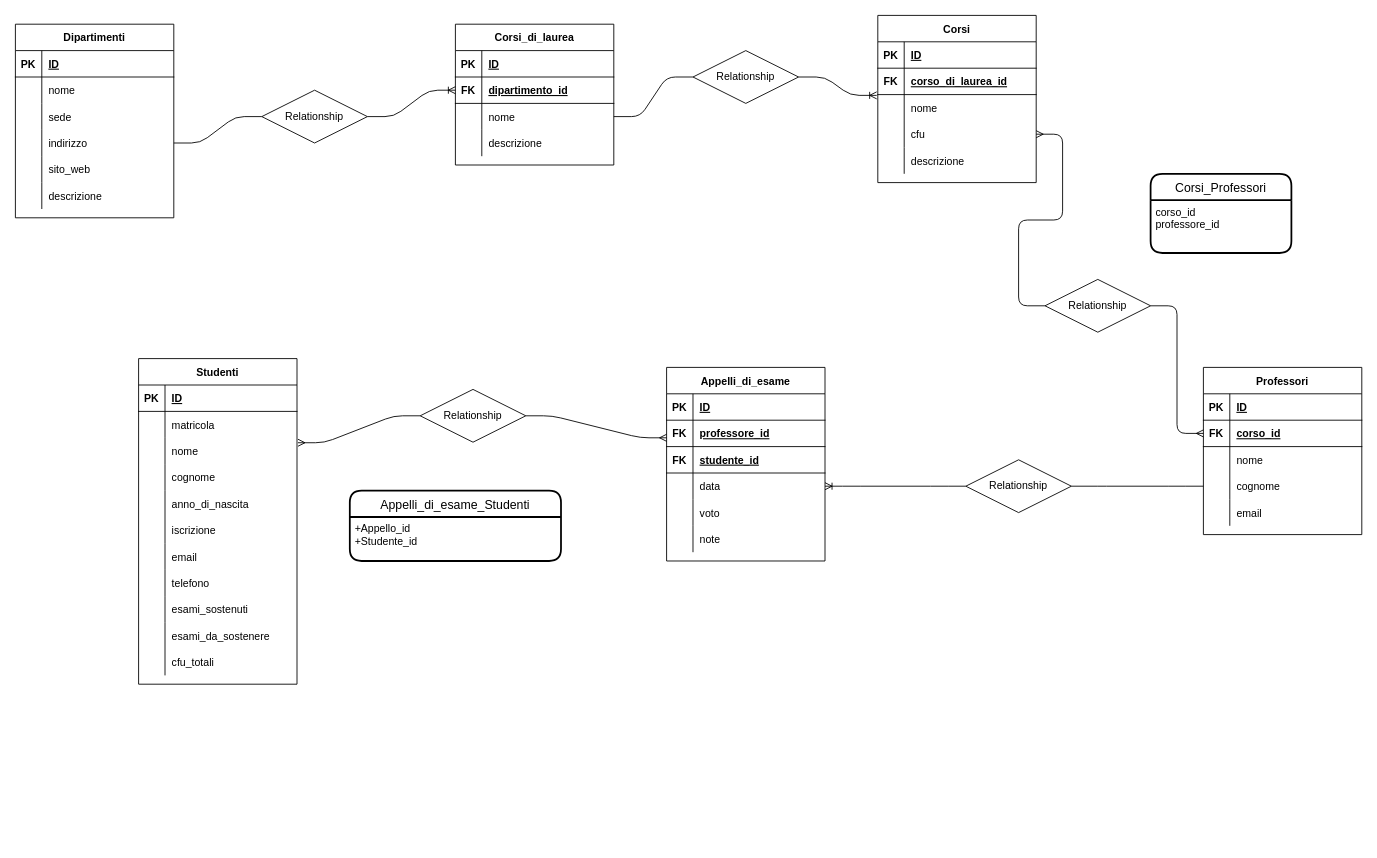
Earlier version of the draw.io diagram db_university.drawio (N1kola0s/db-university). Source tidied: cells renumbered, new cells numbered last; positions are measured from the earlier drawing's top-left corner, leaving out a move shared by most shapes. Both pictures are drawn from the tidied source at 88%, with x=0, y=0 at pixel (15, 15).
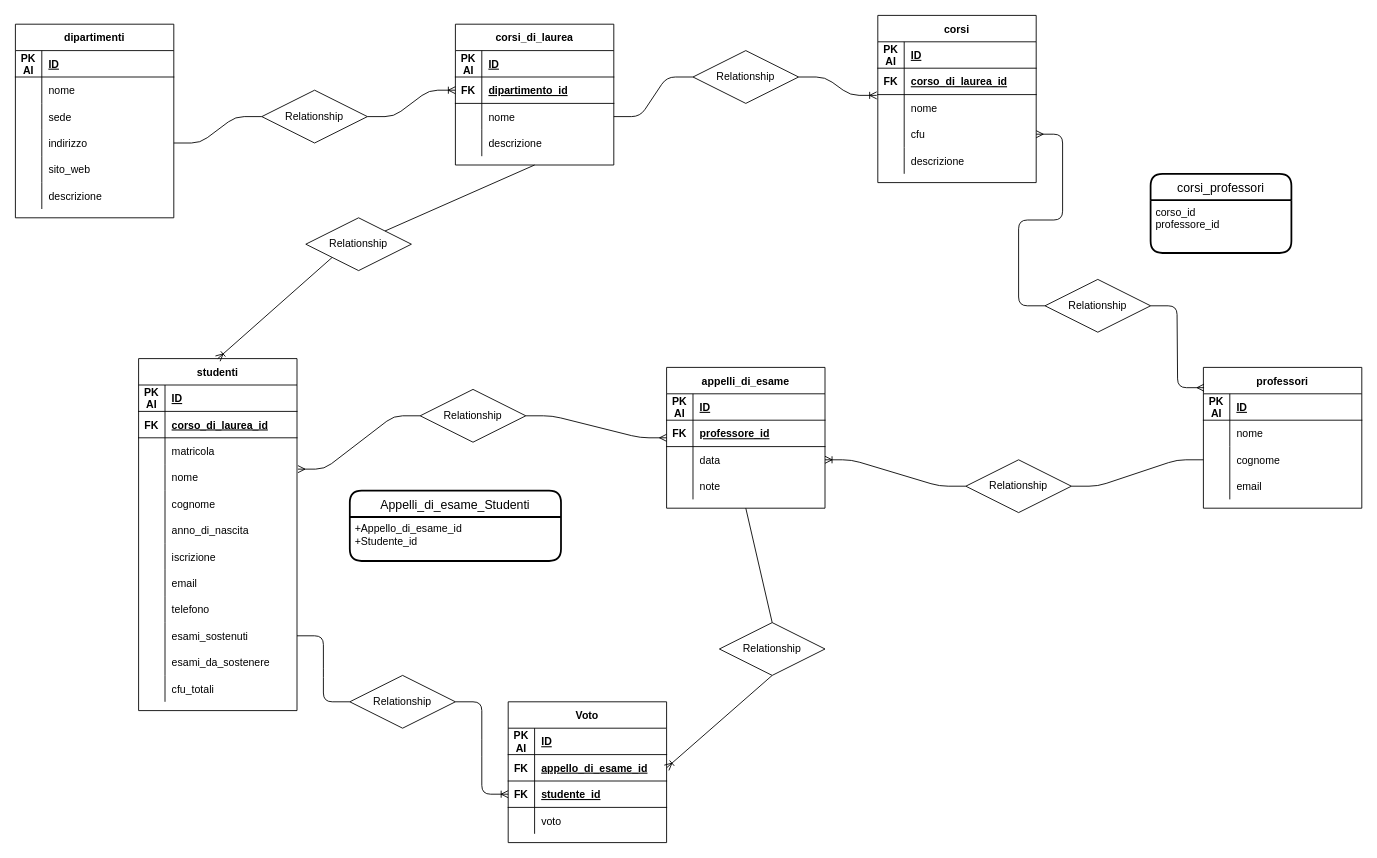
After the change.

Unchanged cells that the change refers to:
```xml
<mxCell id="3" style="shape=partialRectangle;fillColor=none;top=0;left=0;bottom=1;right=0;" parent="2" vertex="1">
  <mxGeometry y="30" width="180" height="30" as="geometry" />
</mxCell>
<mxCell id="22" style="shape=partialRectangle;fillColor=none;top=0;left=0;bottom=1;right=0;" parent="21" vertex="1">
  <mxGeometry y="30" width="180" height="30" as="geometry" />
</mxCell>
<mxCell id="35" style="shape=partialRectangle;fillColor=none;top=0;left=0;bottom=1;right=0;" parent="34" vertex="1">
  <mxGeometry y="30" width="180" height="30" as="geometry" />
</mxCell>
<mxCell id="51" style="shape=partialRectangle;fillColor=none;top=0;left=0;bottom=1;right=0;" parent="50" vertex="1">
  <mxGeometry y="30" width="180" height="30" as="geometry" />
</mxCell>
<mxCell id="67" style="shape=partialRectangle;fillColor=none;top=0;left=0;bottom=1;right=0;" parent="66" vertex="1">
  <mxGeometry y="30" width="180" height="30" as="geometry" />
</mxCell>
<mxCell id="86" style="shape=partialRectangle;fillColor=none;top=0;left=0;bottom=1;right=0;" parent="85" vertex="1">
  <mxGeometry y="30" width="180" height="30" as="geometry" />
</mxCell>
<mxCell id="126" value="Relationship" style="shape=rhombus;perimeter=rhombusPerimeter;whiteSpace=wrap;html=1;align=center;" parent="1" vertex="1">
  <mxGeometry x="1170" y="300" width="120" height="60" as="geometry" />
</mxCell>
<mxCell id="136" value="Appelli_di_esame_Studenti" style="swimlane;horizontal=1;startSize=30;rounded=1;fontSize=14;fontStyle=0;strokeWidth=2;shadow=0;dashed=0;align=center;" parent="1" vertex="1">
  <mxGeometry x="380" y="540" width="240" height="80" as="geometry" />
</mxCell>
```

Change to the diagram source:
```diff
@@
-    <mxCell id="2" value="Dipartimenti" style="shape=table;startSize=30;childLayout=tableLayout;rowLines=0;fontStyle=1;align=center;" parent="1" vertex="1">
+    <mxCell id="2" value="dipartimenti" style="shape=table;startSize=30;childLayout=tableLayout;rowLines=0;fontStyle=1;align=center;" parent="1" vertex="1">
       <mxGeometry y="10" width="180" height="220" as="geometry" />
     </mxCell>
@@
-    <mxCell id="4" value="PK" style="shape=partialRectangle;fillColor=none;top=0;left=0;bottom=0;right=0;fontStyle=1;overflow=hidden;" parent="3" vertex="1">
+    <mxCell id="4" value="PK&#10;AI" style="shape=partialRectangle;fillColor=none;top=0;left=0;bottom=0;right=0;fontStyle=1;overflow=hidden;" parent="3" vertex="1">
       <mxGeometry width="30" height="30" as="geometry" />
     </mxCell>
@@
-    <mxCell id="21" value="Corsi_di_laurea" style="shape=table;startSize=30;childLayout=tableLayout;rowLines=0;fontStyle=1;align=center;" parent="1" vertex="1">
+    <mxCell id="21" value="corsi_di_laurea" style="shape=table;startSize=30;childLayout=tableLayout;rowLines=0;fontStyle=1;align=center;" parent="1" vertex="1">
       <mxGeometry x="500" y="10" width="180" height="160" as="geometry" />
     </mxCell>
@@
-    <mxCell id="23" value="PK" style="shape=partialRectangle;fillColor=none;top=0;left=0;bottom=0;right=0;fontStyle=1;overflow=hidden;" parent="22" vertex="1">
+    <mxCell id="23" value="PK&#10;AI" style="shape=partialRectangle;fillColor=none;top=0;left=0;bottom=0;right=0;fontStyle=1;overflow=hidden;" parent="22" vertex="1">
       <mxGeometry width="30" height="30" as="geometry" />
     </mxCell>
@@
-    <mxCell id="34" value="Corsi" style="shape=table;startSize=30;childLayout=tableLayout;rowLines=0;fontStyle=1;align=center;" parent="1" vertex="1">
+    <mxCell id="34" value="corsi" style="shape=table;startSize=30;childLayout=tableLayout;rowLines=0;fontStyle=1;align=center;" parent="1" vertex="1">
       <mxGeometry x="980" width="180" height="190" as="geometry" />
     </mxCell>
@@
-    <mxCell id="36" value="PK" style="shape=partialRectangle;fillColor=none;top=0;left=0;bottom=0;right=0;fontStyle=1;overflow=hidden;" parent="35" vertex="1">
+    <mxCell id="36" value="PK&#10;AI" style="shape=partialRectangle;fillColor=none;top=0;left=0;bottom=0;right=0;fontStyle=1;overflow=hidden;" parent="35" vertex="1">
       <mxGeometry width="30" height="30" as="geometry" />
     </mxCell>
@@
-    <mxCell id="50" value="Professori" style="shape=table;startSize=30;childLayout=tableLayout;rowLines=0;fontStyle=1;align=center;" parent="1" vertex="1">
-      <mxGeometry x="1350" y="400" width="180" height="190" as="geometry" />
+    <mxCell id="50" value="professori" style="shape=table;startSize=30;childLayout=tableLayout;rowLines=0;fontStyle=1;align=center;" parent="1" vertex="1">
+      <mxGeometry x="1350" y="400" width="180" height="160" as="geometry" />
     </mxCell>
@@
-    <mxCell id="52" value="PK" style="shape=partialRectangle;fillColor=none;top=0;left=0;bottom=0;right=0;fontStyle=1;overflow=hidden;" parent="51" vertex="1">
+    <mxCell id="52" value="PK&#10;AI" style="shape=partialRectangle;fillColor=none;top=0;left=0;bottom=0;right=0;fontStyle=1;overflow=hidden;" parent="51" vertex="1">
       <mxGeometry width="30" height="30" as="geometry" />
     </mxCell>
@@
-    <mxCell id="54" style="shape=partialRectangle;fillColor=none;top=0;left=0;bottom=1;right=0;points=[[0,0.5],[1,0.5]];portConstraint=eastwest;" parent="50" vertex="1">
-      <mxGeometry y="60" width="180" height="30" as="geometry" />
-    </mxCell>
-    <mxCell id="55" value="FK" style="shape=partialRectangle;fillColor=none;top=0;left=0;bottom=0;right=0;fontStyle=1;overflow=hidden;" parent="54" vertex="1">
-      <mxGeometry width="30" height="30" as="geometry" />
-    </mxCell>
-    <mxCell id="56" value="corso_id" style="shape=partialRectangle;fillColor=none;top=0;left=0;bottom=0;right=0;align=left;spacingLeft=6;fontStyle=5;overflow=hidden;" parent="54" vertex="1">
-      <mxGeometry x="30" width="150" height="30" as="geometry" />
-    </mxCell>
     <mxCell id="57" style="shape=partialRectangle;fillColor=none;top=0;left=0;bottom=0;right=0;" parent="50" vertex="1">
-      <mxGeometry y="90" width="180" height="30" as="geometry" />
+      <mxGeometry y="60" width="180" height="30" as="geometry" />
     </mxCell>
@@
     <mxCell id="60" style="shape=partialRectangle;fillColor=none;top=0;left=0;bottom=0;right=0;points=[[0,0.5],[1,0.5]];portConstraint=eastwest;" parent="50" vertex="1">
-      <mxGeometry y="120" width="180" height="30" as="geometry" />
+      <mxGeometry y="90" width="180" height="30" as="geometry" />
     </mxCell>
@@
     <mxCell id="63" style="shape=partialRectangle;fillColor=none;top=0;left=0;bottom=0;right=0;" parent="50" vertex="1">
-      <mxGeometry y="150" width="180" height="30" as="geometry" />
+      <mxGeometry y="120" width="180" height="30" as="geometry" />
     </mxCell>
@@
-    <mxCell id="66" value="Appelli_di_esame" style="shape=table;startSize=30;childLayout=tableLayout;rowLines=0;fontStyle=1;align=center;" parent="1" vertex="1">
-      <mxGeometry x="740" y="400" width="180" height="220" as="geometry" />
+    <mxCell id="66" value="appelli_di_esame" style="shape=table;startSize=30;childLayout=tableLayout;rowLines=0;fontStyle=1;align=center;" parent="1" vertex="1">
+      <mxGeometry x="740" y="400" width="180" height="160" as="geometry" />
     </mxCell>
@@
-    <mxCell id="68" value="PK" style="shape=partialRectangle;fillColor=none;top=0;left=0;bottom=0;right=0;fontStyle=1;overflow=hidden;" parent="67" vertex="1">
+    <mxCell id="68" value="PK&#10;AI" style="shape=partialRectangle;fillColor=none;top=0;left=0;bottom=0;right=0;fontStyle=1;overflow=hidden;" parent="67" vertex="1">
       <mxGeometry width="30" height="30" as="geometry" />
     </mxCell>
@@
-    <mxCell id="73" style="shape=partialRectangle;fillColor=none;top=0;left=0;bottom=1;right=0;points=[[0,0.5],[1,0.5]];portConstraint=eastwest;" parent="66" vertex="1">
-      <mxGeometry y="90" width="180" height="30" as="geometry" />
-    </mxCell>
-    <mxCell id="74" value="FK" style="shape=partialRectangle;fillColor=none;top=0;left=0;bottom=0;right=0;fontStyle=1;overflow=hidden;" parent="73" vertex="1">
-      <mxGeometry width="30" height="30" as="geometry" />
-    </mxCell>
-    <mxCell id="75" value="studente_id" style="shape=partialRectangle;fillColor=none;top=0;left=0;bottom=0;right=0;align=left;spacingLeft=6;fontStyle=5;overflow=hidden;" parent="73" vertex="1">
-      <mxGeometry x="30" width="150" height="30" as="geometry" />
-    </mxCell>
     <mxCell id="76" style="shape=partialRectangle;fillColor=none;top=0;left=0;bottom=0;right=0;points=[[0,0.5],[1,0.5]];portConstraint=eastwest;" parent="66" vertex="1">
-      <mxGeometry y="120" width="180" height="30" as="geometry" />
+      <mxGeometry y="90" width="180" height="30" as="geometry" />
     </mxCell>
@@
-    <mxCell id="79" style="shape=partialRectangle;fillColor=none;top=0;left=0;bottom=0;right=0;" parent="66" vertex="1">
-      <mxGeometry y="150" width="180" height="30" as="geometry" />
-    </mxCell>
-    <mxCell id="80" style="shape=partialRectangle;fillColor=none;top=0;left=0;bottom=0;right=0;overflow=hidden;" parent="79" vertex="1">
-      <mxGeometry width="30" height="30" as="geometry" />
-    </mxCell>
-    <mxCell id="81" value="voto" style="shape=partialRectangle;fillColor=none;top=0;left=0;bottom=0;right=0;align=left;spacingLeft=6;overflow=hidden;" parent="79" vertex="1">
-      <mxGeometry x="30" width="150" height="30" as="geometry" />
-    </mxCell>
     <mxCell id="82" style="shape=partialRectangle;fillColor=none;top=0;left=0;bottom=0;right=0;" parent="66" vertex="1">
-      <mxGeometry y="180" width="180" height="30" as="geometry" />
+      <mxGeometry y="120" width="180" height="30" as="geometry" />
     </mxCell>
@@
-    <mxCell id="85" value="Studenti" style="shape=table;startSize=30;childLayout=tableLayout;rowLines=0;fontStyle=1;align=center;" parent="1" vertex="1">
-      <mxGeometry x="140" y="390" width="180" height="370" as="geometry" />
+    <mxCell id="85" value="studenti" style="shape=table;startSize=30;childLayout=tableLayout;rowLines=0;fontStyle=1;align=center;" parent="1" vertex="1">
+      <mxGeometry x="140" y="390" width="180" height="400" as="geometry" />
     </mxCell>
@@
-    <mxCell id="87" value="PK" style="shape=partialRectangle;fillColor=none;top=0;left=0;bottom=0;right=0;fontStyle=1;overflow=hidden;" parent="86" vertex="1">
+    <mxCell id="87" value="PK&#10;AI" style="shape=partialRectangle;fillColor=none;top=0;left=0;bottom=0;right=0;fontStyle=1;overflow=hidden;" parent="86" vertex="1">
       <mxGeometry width="30" height="30" as="geometry" />
     </mxCell>
@@
+    <mxCell id="138" style="shape=partialRectangle;fillColor=none;top=0;left=0;bottom=1;right=0;" parent="85" vertex="1">
+      <mxGeometry y="60" width="180" height="30" as="geometry" />
+    </mxCell>
+    <mxCell id="139" value="FK" style="shape=partialRectangle;fillColor=none;top=0;left=0;bottom=0;right=0;fontStyle=1;overflow=hidden;" parent="138" vertex="1">
+      <mxGeometry width="30" height="30" as="geometry" />
+    </mxCell>
+    <mxCell id="140" value="corso_di_laurea_id" style="shape=partialRectangle;fillColor=none;top=0;left=0;bottom=0;right=0;align=left;spacingLeft=6;fontStyle=5;overflow=hidden;" parent="138" vertex="1">
+      <mxGeometry x="30" width="150" height="30" as="geometry" />
+    </mxCell>
     <mxCell id="89" style="shape=partialRectangle;fillColor=none;top=0;left=0;bottom=0;right=0;" parent="85" vertex="1">
-      <mxGeometry y="60" width="180" height="30" as="geometry" />
+      <mxGeometry y="90" width="180" height="30" as="geometry" />
     </mxCell>
@@
     <mxCell id="92" style="shape=partialRectangle;fillColor=none;top=0;left=0;bottom=0;right=0;points=[[0,0.5],[1,0.5]];portConstraint=eastwest;" parent="85" vertex="1">
-      <mxGeometry y="90" width="180" height="30" as="geometry" />
+      <mxGeometry y="120" width="180" height="30" as="geometry" />
     </mxCell>
@@
     <mxCell id="95" style="shape=partialRectangle;fillColor=none;top=0;left=0;bottom=0;right=0;" parent="85" vertex="1">
-      <mxGeometry y="120" width="180" height="30" as="geometry" />
+      <mxGeometry y="150" width="180" height="30" as="geometry" />
     </mxCell>
@@
     <mxCell id="98" style="shape=partialRectangle;fillColor=none;top=0;left=0;bottom=0;right=0;" parent="85" vertex="1">
-      <mxGeometry y="150" width="180" height="30" as="geometry" />
+      <mxGeometry y="180" width="180" height="30" as="geometry" />
     </mxCell>
@@
     <mxCell id="101" style="shape=partialRectangle;fillColor=none;top=0;left=0;bottom=0;right=0;" parent="85" vertex="1">
-      <mxGeometry y="180" width="180" height="30" as="geometry" />
+      <mxGeometry y="210" width="180" height="30" as="geometry" />
     </mxCell>
@@
     <mxCell id="104" style="shape=partialRectangle;fillColor=none;top=0;left=0;bottom=0;right=0;" parent="85" vertex="1">
-      <mxGeometry y="210" width="180" height="30" as="geometry" />
+      <mxGeometry y="240" width="180" height="30" as="geometry" />
     </mxCell>
@@
     <mxCell id="107" style="shape=partialRectangle;fillColor=none;top=0;left=0;bottom=0;right=0;" parent="85" vertex="1">
-      <mxGeometry y="240" width="180" height="30" as="geometry" />
+      <mxGeometry y="270" width="180" height="30" as="geometry" />
     </mxCell>
@@
     <mxCell id="110" style="shape=partialRectangle;fillColor=none;top=0;left=0;bottom=0;right=0;points=[[0,0.5],[1,0.5]];portConstraint=eastwest;" parent="85" vertex="1">
-      <mxGeometry y="270" width="180" height="30" as="geometry" />
+      <mxGeometry y="300" width="180" height="30" as="geometry" />
     </mxCell>
@@
     <mxCell id="113" style="shape=partialRectangle;fillColor=none;top=0;left=0;bottom=0;right=0;" parent="85" vertex="1">
-      <mxGeometry y="300" width="180" height="30" as="geometry" />
+      <mxGeometry y="330" width="180" height="30" as="geometry" />
     </mxCell>
@@
     <mxCell id="116" style="shape=partialRectangle;fillColor=none;top=0;left=0;bottom=0;right=0;" parent="85" vertex="1">
-      <mxGeometry y="330" width="180" height="30" as="geometry" />
+      <mxGeometry y="360" width="180" height="30" as="geometry" />
     </mxCell>
@@
-    <mxCell id="127" style="edgeStyle=entityRelationEdgeStyle;fontSize=12;html=1;endArrow=none;startArrow=ERmany;exitX=0;exitY=0.5;exitDx=0;exitDy=0;entryX=1;entryY=0.5;entryDx=0;entryDy=0;" parent="1" edge="1" source="54" target="126">
+    <mxCell id="127" style="edgeStyle=entityRelationEdgeStyle;fontSize=12;html=1;endArrow=none;startArrow=ERmany;exitX=0.004;exitY=0.144;exitDx=0;exitDy=0;entryX=1;entryY=0.5;entryDx=0;entryDy=0;exitPerimeter=0;" parent="1" edge="1" source="50" target="126">
       <mxGeometry relative="1" as="geometry" />
     </mxCell>
@@
-    <mxCell id="134" value="Corsi_Professori" style="swimlane;horizontal=1;startSize=30;rounded=1;fontSize=14;fontStyle=0;strokeWidth=2;shadow=0;dashed=0;align=center;" parent="1" vertex="1">
+    <mxCell id="134" value="corsi_professori" style="swimlane;horizontal=1;startSize=30;rounded=1;fontSize=14;fontStyle=0;strokeWidth=2;shadow=0;dashed=0;align=center;" parent="1" vertex="1">
       <mxGeometry x="1290" y="180" width="160" height="90" as="geometry" />
     </mxCell>
@@
-    <mxCell id="137" value="+Appello_id&#10;+Studente_id&#10;" style="align=left;strokeColor=none;fillColor=none;spacingLeft=4;fontSize=12;verticalAlign=top;" parent="136" vertex="1">
+    <mxCell id="137" value="+Appello_di_esame_id&#10;+Studente_id&#10;" style="align=left;strokeColor=none;fillColor=none;spacingLeft=4;fontSize=12;verticalAlign=top;" parent="136" vertex="1">
       <mxGeometry y="30" width="240" height="50" as="geometry" />
     </mxCell>
+    <mxCell id="141" style="fontSize=12;html=1;endArrow=ERoneToMany;entryX=0.5;entryY=0;entryDx=0;entryDy=0;exitX=0;exitY=1;exitDx=0;exitDy=0;startArrow=none;" parent="1" edge="1" source="142" target="85">
+      <mxGeometry relative="1" as="geometry" />
+    </mxCell>
+    <mxCell id="142" value="Relationship" style="shape=rhombus;perimeter=rhombusPerimeter;whiteSpace=wrap;html=1;align=center;" parent="1" vertex="1">
+      <mxGeometry x="330" y="230" width="120" height="60" as="geometry" />
+    </mxCell>
+    <mxCell id="143" style="fontSize=12;html=1;endArrow=none;entryX=1;entryY=0;entryDx=0;entryDy=0;exitX=0.5;exitY=1;exitDx=0;exitDy=0;" parent="1" edge="1" source="21" target="142">
+      <mxGeometry relative="1" as="geometry" />
+    </mxCell>
+    <mxCell id="144" value="Voto" style="shape=table;startSize=30;childLayout=tableLayout;rowLines=0;fontStyle=1;align=center;" parent="1" vertex="1">
+      <mxGeometry x="560" y="780" width="180" height="160" as="geometry" />
+    </mxCell>
+    <mxCell id="145" style="shape=partialRectangle;fillColor=none;top=0;left=0;bottom=1;right=0;" parent="144" vertex="1">
+      <mxGeometry y="30" width="180" height="30" as="geometry" />
+    </mxCell>
+    <mxCell id="146" value="PK&#10;AI" style="shape=partialRectangle;fillColor=none;top=0;left=0;bottom=0;right=0;fontStyle=1;overflow=hidden;" parent="145" vertex="1">
+      <mxGeometry width="30" height="30" as="geometry" />
+    </mxCell>
+    <mxCell id="147" value="ID" style="shape=partialRectangle;fillColor=none;top=0;left=0;bottom=0;right=0;align=left;spacingLeft=6;fontStyle=5;overflow=hidden;" parent="145" vertex="1">
+      <mxGeometry x="30" width="150" height="30" as="geometry" />
+    </mxCell>
+    <mxCell id="148" style="shape=partialRectangle;fillColor=none;top=0;left=0;bottom=1;right=0;points=[[0,0.5],[1,0.5]];portConstraint=eastwest;" parent="144" vertex="1">
+      <mxGeometry y="60" width="180" height="30" as="geometry" />
+    </mxCell>
+    <mxCell id="149" value="FK" style="shape=partialRectangle;fillColor=none;top=0;left=0;bottom=0;right=0;fontStyle=1;overflow=hidden;" parent="148" vertex="1">
+      <mxGeometry width="30" height="30" as="geometry" />
+    </mxCell>
+    <mxCell id="150" value="appello_di_esame_id" style="shape=partialRectangle;fillColor=none;top=0;left=0;bottom=0;right=0;align=left;spacingLeft=6;fontStyle=5;overflow=hidden;" parent="148" vertex="1">
+      <mxGeometry x="30" width="150" height="30" as="geometry" />
+    </mxCell>
+    <mxCell id="73" style="shape=partialRectangle;fillColor=none;top=0;left=0;bottom=1;right=0;points=[[0,0.5],[1,0.5]];portConstraint=eastwest;" parent="144" vertex="1">
+      <mxGeometry y="90" width="180" height="30" as="geometry" />
+    </mxCell>
+    <mxCell id="151" value="FK" style="shape=partialRectangle;fillColor=none;top=0;left=0;bottom=0;right=0;fontStyle=1;overflow=hidden;" parent="73" vertex="1">
+      <mxGeometry width="30" height="30" as="geometry" />
+    </mxCell>
+    <mxCell id="75" value="studente_id" style="shape=partialRectangle;fillColor=none;top=0;left=0;bottom=0;right=0;align=left;spacingLeft=6;fontStyle=5;overflow=hidden;" parent="73" vertex="1">
+      <mxGeometry x="30" width="150" height="30" as="geometry" />
+    </mxCell>
+    <mxCell id="152" style="shape=partialRectangle;fillColor=none;top=0;left=0;bottom=0;right=0;" parent="144" vertex="1">
+      <mxGeometry y="120" width="180" height="30" as="geometry" />
+    </mxCell>
+    <mxCell id="80" style="shape=partialRectangle;fillColor=none;top=0;left=0;bottom=0;right=0;overflow=hidden;" parent="152" vertex="1">
+      <mxGeometry width="30" height="30" as="geometry" />
+    </mxCell>
+    <mxCell id="81" value="voto" style="shape=partialRectangle;fillColor=none;top=0;left=0;bottom=0;right=0;align=left;spacingLeft=6;overflow=hidden;" parent="152" vertex="1">
+      <mxGeometry x="30" width="150" height="30" as="geometry" />
+    </mxCell>
+    <mxCell id="153" style="edgeStyle=entityRelationEdgeStyle;fontSize=12;html=1;endArrow=ERoneToMany;exitX=1;exitY=0.5;exitDx=0;exitDy=0;entryX=0;entryY=0.5;entryDx=0;entryDy=0;startArrow=none;" parent="1" edge="1" source="154" target="73">
+      <mxGeometry relative="1" as="geometry" />
+    </mxCell>
+    <mxCell id="154" value="Relationship" style="shape=rhombus;perimeter=rhombusPerimeter;whiteSpace=wrap;html=1;align=center;" parent="1" vertex="1">
+      <mxGeometry x="380" y="750" width="120" height="60" as="geometry" />
+    </mxCell>
+    <mxCell id="155" style="edgeStyle=entityRelationEdgeStyle;fontSize=12;html=1;endArrow=none;exitX=1;exitY=0.5;exitDx=0;exitDy=0;entryX=0;entryY=0.5;entryDx=0;entryDy=0;" parent="1" edge="1" source="110" target="154">
+      <mxGeometry relative="1" as="geometry" />
+    </mxCell>
+    <mxCell id="156" style="fontSize=12;html=1;endArrow=ERoneToMany;exitX=0.5;exitY=1;exitDx=0;exitDy=0;entryX=1;entryY=0.5;entryDx=0;entryDy=0;startArrow=none;" parent="1" edge="1" source="157" target="148">
+      <mxGeometry relative="1" as="geometry" />
+    </mxCell>
+    <mxCell id="157" value="Relationship" style="shape=rhombus;perimeter=rhombusPerimeter;whiteSpace=wrap;html=1;align=center;" parent="1" vertex="1">
+      <mxGeometry x="800" y="690" width="120" height="60" as="geometry" />
+    </mxCell>
+    <mxCell id="158" style="fontSize=12;html=1;endArrow=none;exitX=0.5;exitY=1;exitDx=0;exitDy=0;entryX=0.5;entryY=0;entryDx=0;entryDy=0;" parent="1" edge="1" source="66" target="157">
+      <mxGeometry relative="1" as="geometry" />
+    </mxCell>
```
